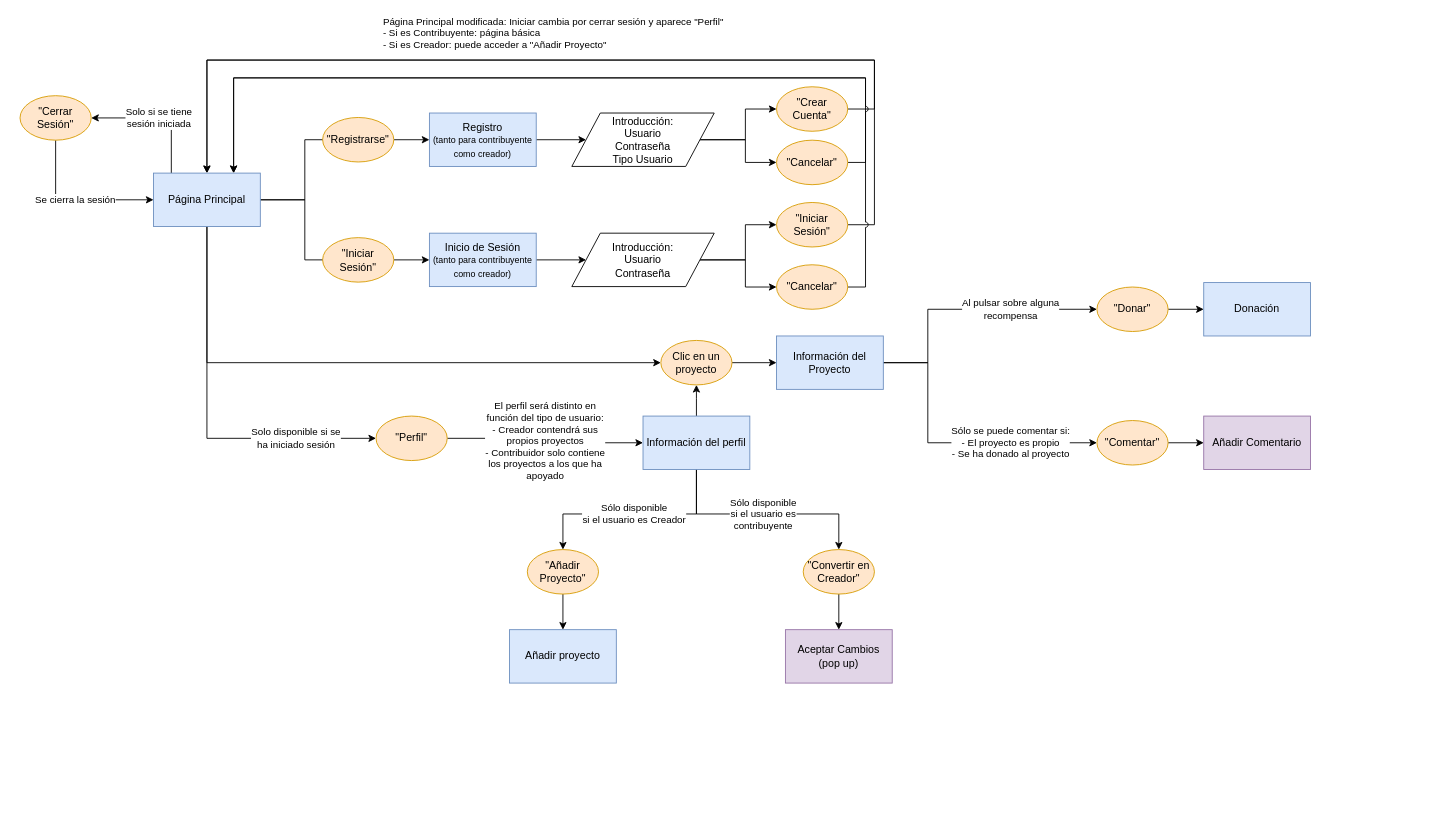
Numan4221/OurProject keeps this draw.io diagram as Documentos/FlowChartWeb.drawio. Above is the earlier version. Source tidied: cells renumbered, new cells numbered last; positions are measured from the earlier drawing's top-left corner, leaving out a move shared by most shapes. Both pictures are drawn from the tidied source at 89%, with x=0, y=0 at pixel (20, 60).
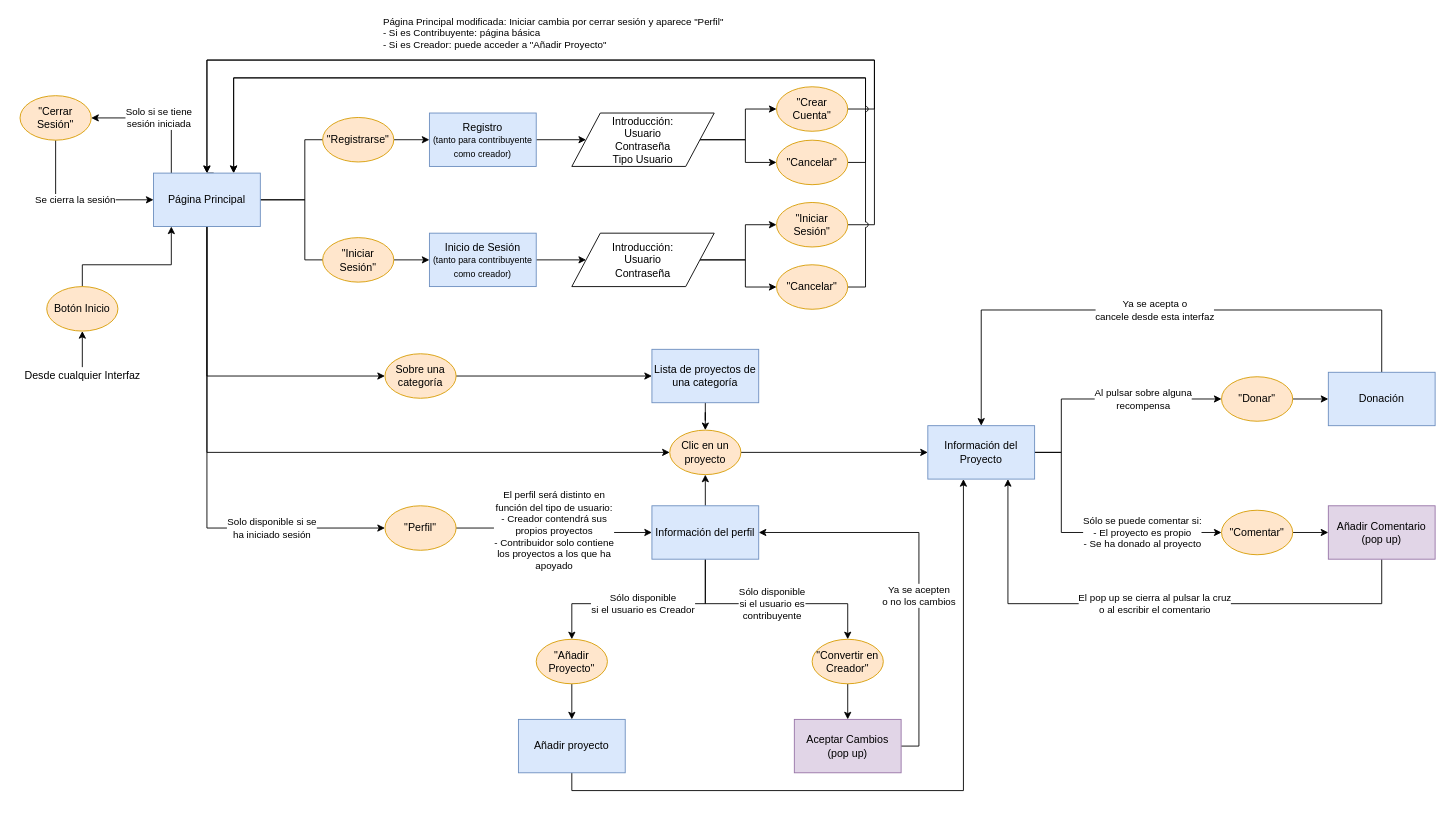
The same page after the edit.

Commit message (it also covers changes not shown here):
Flow Chart completo

Diagrama de Flujo completo para la página web

Unchanged cells that the change refers to:
```xml
<mxCell id="7" value="Página Principal" style="rounded=0;whiteSpace=wrap;html=1;fillColor=#dae8fc;strokeColor=#6c8ebf;" parent="1" vertex="1">
  <mxGeometry x="150" y="127" width="120" height="60" as="geometry" />
</mxCell>
```

Diff of the diagram source:
```diff
@@
-    <mxCell id="4" style="edgeStyle=orthogonalEdgeStyle;rounded=0;jettySize=auto;html=1;entryX=0;entryY=0.5;entryDx=0;entryDy=0;" parent="1" edge="1" source="7" target="36">
+    <mxCell id="4" style="edgeStyle=orthogonalEdgeStyle;rounded=0;jettySize=auto;html=1;entryX=0;entryY=0.5;entryDx=0;entryDy=0;exitX=0.5;exitY=1;exitDx=0;exitDy=0;" parent="1" edge="1" target="36">
       <mxGeometry relative="1" as="geometry">
+        <mxPoint x="210" y="127.8" as="sourcePoint" />
         <Array as="points">
-          <mxPoint x="210" y="340" />
+          <mxPoint x="210" y="440.8" />
         </Array>
       </mxGeometry>
     </mxCell>
@@
-    <mxCell id="6" value="Solo disponible si se&lt;br&gt;ha iniciado sesión" style="edgeStyle=orthogonalEdgeStyle;rounded=0;jettySize=auto;html=1;entryX=0;entryY=0.5;entryDx=0;entryDy=0;" parent="1" edge="1" source="7" target="40">
+    <mxCell id="6" value="Solo disponible si se&lt;br&gt;ha iniciado sesión" style="edgeStyle=orthogonalEdgeStyle;rounded=0;jettySize=auto;html=1;entryX=0;entryY=0.5;entryDx=0;entryDy=0;exitX=0.563;exitY=0.987;exitDx=0;exitDy=0;exitPerimeter=0;" parent="1" edge="1" target="40">
       <mxGeometry x="0.58" relative="1" as="geometry">
+        <mxPoint x="217.6" y="127" as="sourcePoint" />
         <Array as="points">
-          <mxPoint x="210" y="425" />
+          <mxPoint x="210" y="126.8" />
+          <mxPoint x="210" y="525.8" />
         </Array>
       </mxGeometry>
     </mxCell>
+    <mxCell id="55" style="edgeStyle=orthogonalEdgeStyle;rounded=0;jettySize=auto;html=1;entryX=0;entryY=0.5;entryDx=0;entryDy=0;" parent="1" edge="1" source="7" target="61">
+      <mxGeometry relative="1" as="geometry">
+        <Array as="points">
+          <mxPoint x="210" y="355" />
+        </Array>
+      </mxGeometry>
+    </mxCell>
@@
+    <mxCell id="56" style="edgeStyle=orthogonalEdgeStyle;rounded=0;jettySize=auto;html=1;" parent="1" edge="1" source="10" target="13">
+      <mxGeometry relative="1" as="geometry">
+        <Array as="points">
+          <mxPoint x="620" y="820.8" />
+          <mxPoint x="1060" y="820.8" />
+        </Array>
+      </mxGeometry>
+    </mxCell>
     <mxCell id="10" value="Añadir proyecto" style="rounded=0;whiteSpace=wrap;html=1;fillColor=#dae8fc;strokeColor=#6c8ebf;" parent="1" vertex="1">
-      <mxGeometry x="550" y="640" width="120" height="60" as="geometry" />
+      <mxGeometry x="560" y="740.8" width="120" height="60" as="geometry" />
     </mxCell>
     <mxCell id="11" value="Al pulsar sobre alguna&lt;br&gt;recompensa" style="edgeStyle=orthogonalEdgeStyle;rounded=0;jettySize=auto;html=1;entryX=0;entryY=0.5;entryDx=0;entryDy=0;" parent="1" edge="1" source="13" target="51">
       <mxGeometry x="0.35" relative="1" as="geometry">
         <Array as="points">
-          <mxPoint x="1020" y="340" />
-          <mxPoint x="1020" y="280" />
+          <mxPoint x="1170" y="440.8" />
+          <mxPoint x="1170" y="380.8" />
         </Array>
       </mxGeometry>
     </mxCell>
     <mxCell id="12" value="Sólo se puede comentar si:&lt;br&gt;- El proyecto es propio&lt;br&gt;- Se ha donado al proyecto" style="edgeStyle=orthogonalEdgeStyle;rounded=0;jettySize=auto;html=1;entryX=0;entryY=0.5;entryDx=0;entryDy=0;" parent="1" edge="1" source="13" target="54">
       <mxGeometry x="0.41" relative="1" as="geometry">
         <Array as="points">
-          <mxPoint x="1020" y="340" />
-          <mxPoint x="1020" y="430" />
+          <mxPoint x="1170" y="440.8" />
+          <mxPoint x="1170" y="530.8" />
         </Array>
       </mxGeometry>
     </mxCell>
     <mxCell id="13" value="Información del Proyecto" style="rounded=0;whiteSpace=wrap;html=1;fillColor=#dae8fc;strokeColor=#6c8ebf;" parent="1" vertex="1">
-      <mxGeometry x="850" y="310" width="120" height="60" as="geometry" />
+      <mxGeometry x="1020" y="410.8" width="120" height="60" as="geometry" />
     </mxCell>
+    <mxCell id="57" value="Ya se acepta o&lt;br&gt;cancele desde esta interfaz" style="edgeStyle=orthogonalEdgeStyle;rounded=0;jettySize=auto;html=1;entryX=0.5;entryY=0;entryDx=0;entryDy=0;" parent="1" edge="1" source="14" target="13">
+      <mxGeometry relative="1" as="geometry">
+        <Array as="points">
+          <mxPoint x="1530" y="280.8" />
+          <mxPoint x="1080" y="280.8" />
+        </Array>
+      </mxGeometry>
+    </mxCell>
     <mxCell id="14" value="Donación" style="rounded=0;whiteSpace=wrap;html=1;fillColor=#dae8fc;strokeColor=#6c8ebf;" parent="1" vertex="1">
-      <mxGeometry x="1330" y="250" width="120" height="60" as="geometry" />
+      <mxGeometry x="1470" y="350.8" width="120" height="60" as="geometry" />
     </mxCell>
@@
     <mxCell id="36" value="Clic en un proyecto" style="ellipse;whiteSpace=wrap;html=1;fillColor=#ffe6cc;strokeColor=#d79b00;" parent="1" vertex="1">
-      <mxGeometry x="720" y="315" width="80" height="50" as="geometry" />
+      <mxGeometry x="730" y="415.8" width="80" height="50" as="geometry" />
     </mxCell>
@@
     <mxCell id="40" value="&quot;Perfil&quot;" style="ellipse;whiteSpace=wrap;html=1;fillColor=#ffe6cc;strokeColor=#d79b00;" parent="1" vertex="1">
-      <mxGeometry x="400" y="400" width="80" height="50" as="geometry" />
+      <mxGeometry x="410" y="500.8" width="80" height="50" as="geometry" />
     </mxCell>
     <mxCell id="41" style="edgeStyle=orthogonalEdgeStyle;rounded=0;jettySize=auto;html=1;entryX=0.5;entryY=1;entryDx=0;entryDy=0;" parent="1" edge="1" source="44" target="36">
       <mxGeometry relative="1" as="geometry">
         <Array as="points">
-          <mxPoint x="760" y="380" />
-          <mxPoint x="760" y="380" />
+          <mxPoint x="770" y="480.8" />
+          <mxPoint x="770" y="480.8" />
         </Array>
       </mxGeometry>
     </mxCell>
     <mxCell id="42" value="Sólo disponible&lt;br&gt;si el usuario es Creador" style="edgeStyle=orthogonalEdgeStyle;rounded=0;jettySize=auto;html=1;entryX=0.5;entryY=0;entryDx=0;entryDy=0;exitX=0.5;exitY=1;exitDx=0;exitDy=0;" parent="1" edge="1" source="44" target="46">
       <mxGeometry relative="1" as="geometry">
         <Array as="points">
-          <mxPoint x="760" y="510" />
-          <mxPoint x="610" y="510" />
+          <mxPoint x="770" y="610.8" />
+          <mxPoint x="620" y="610.8" />
         </Array>
       </mxGeometry>
     </mxCell>
     <mxCell id="43" value="Sólo disponible&lt;br&gt;si el usuario es&lt;br&gt;contribuyente" style="edgeStyle=orthogonalEdgeStyle;rounded=0;jettySize=auto;html=1;entryX=0.5;entryY=0;entryDx=0;entryDy=0;" parent="1" edge="1" source="44" target="48">
       <mxGeometry relative="1" as="geometry">
         <Array as="points">
-          <mxPoint x="760" y="510" />
-          <mxPoint x="920" y="510" />
+          <mxPoint x="770" y="610.8" />
+          <mxPoint x="930" y="610.8" />
         </Array>
       </mxGeometry>
     </mxCell>
     <mxCell id="44" value="Información del perfil" style="rounded=0;whiteSpace=wrap;html=1;fillColor=#dae8fc;strokeColor=#6c8ebf;" parent="1" vertex="1">
-      <mxGeometry x="700" y="400" width="120" height="60" as="geometry" />
+      <mxGeometry x="710" y="500.8" width="120" height="60" as="geometry" />
     </mxCell>
@@
     <mxCell id="46" value="&quot;Añadir Proyecto&quot;" style="ellipse;whiteSpace=wrap;html=1;fillColor=#ffe6cc;strokeColor=#d79b00;" parent="1" vertex="1">
-      <mxGeometry x="570" y="550" width="80" height="50" as="geometry" />
+      <mxGeometry x="580" y="650.8" width="80" height="50" as="geometry" />
     </mxCell>
@@
     <mxCell id="48" value="&quot;Convertir en Creador&quot;" style="ellipse;whiteSpace=wrap;html=1;fillColor=#ffe6cc;strokeColor=#d79b00;" parent="1" vertex="1">
-      <mxGeometry x="880" y="550" width="80" height="50" as="geometry" />
+      <mxGeometry x="890" y="650.8" width="80" height="50" as="geometry" />
     </mxCell>
+    <mxCell id="58" value="Ya se acepten&lt;br&gt;o no los cambios" style="edgeStyle=orthogonalEdgeStyle;rounded=0;jettySize=auto;html=1;entryX=1;entryY=0.5;entryDx=0;entryDy=0;" parent="1" edge="1" source="49" target="44">
+      <mxGeometry x="-0.14" relative="1" as="geometry">
+        <Array as="points">
+          <mxPoint x="1010" y="770.8" />
+          <mxPoint x="1010" y="530.8" />
+        </Array>
+      </mxGeometry>
+    </mxCell>
     <mxCell id="49" value="Aceptar Cambios&lt;br&gt;(pop up)" style="rounded=0;whiteSpace=wrap;html=1;fillColor=#e1d5e7;strokeColor=#9673a6;" parent="1" vertex="1">
-      <mxGeometry x="860" y="640" width="120" height="60" as="geometry" />
+      <mxGeometry x="870" y="740.8" width="120" height="60" as="geometry" />
     </mxCell>
@@
     <mxCell id="51" value="&quot;Donar&quot;" style="ellipse;whiteSpace=wrap;html=1;fillColor=#ffe6cc;strokeColor=#d79b00;" parent="1" vertex="1">
-      <mxGeometry x="1210" y="255" width="80" height="50" as="geometry" />
+      <mxGeometry x="1350" y="355.8" width="80" height="50" as="geometry" />
     </mxCell>
+    <mxCell id="59" value="El pop up se cierra al pulsar la cruz&lt;br&gt;o al escribir el comentario" style="edgeStyle=orthogonalEdgeStyle;rounded=0;jettySize=auto;html=1;entryX=0.75;entryY=1;entryDx=0;entryDy=0;" parent="1" edge="1" source="52" target="13">
+      <mxGeometry relative="1" as="geometry">
+        <Array as="points">
+          <mxPoint x="1530" y="610.8" />
+          <mxPoint x="1110" y="610.8" />
+        </Array>
+      </mxGeometry>
+    </mxCell>
-    <mxCell id="52" value="Añadir Comentario" style="rounded=0;whiteSpace=wrap;html=1;fillColor=#e1d5e7;strokeColor=#9673a6;" parent="1" vertex="1">
-      <mxGeometry x="1330" y="400" width="120" height="60" as="geometry" />
+    <mxCell id="52" value="Añadir Comentario&lt;br&gt;(pop up)" style="rounded=0;whiteSpace=wrap;html=1;fillColor=#e1d5e7;strokeColor=#9673a6;" parent="1" vertex="1">
+      <mxGeometry x="1470" y="500.8" width="120" height="60" as="geometry" />
     </mxCell>
@@
     <mxCell id="54" value="&quot;Comentar&quot;" style="ellipse;whiteSpace=wrap;html=1;fillColor=#ffe6cc;strokeColor=#d79b00;" parent="1" vertex="1">
-      <mxGeometry x="1210" y="405" width="80" height="50" as="geometry" />
+      <mxGeometry x="1350" y="505.8" width="80" height="50" as="geometry" />
     </mxCell>
+    <mxCell id="60" style="edgeStyle=orthogonalEdgeStyle;rounded=0;jettySize=auto;html=1;entryX=0;entryY=0.5;entryDx=0;entryDy=0;" parent="1" edge="1" source="61" target="63">
+      <mxGeometry relative="1" as="geometry" />
+    </mxCell>
+    <mxCell id="61" value="Sobre una categoría" style="ellipse;whiteSpace=wrap;html=1;fillColor=#ffe6cc;strokeColor=#d79b00;" parent="1" vertex="1">
+      <mxGeometry x="410" y="330" width="80" height="50" as="geometry" />
+    </mxCell>
+    <mxCell id="62" style="edgeStyle=orthogonalEdgeStyle;rounded=0;jettySize=auto;html=1;entryX=0.5;entryY=0;entryDx=0;entryDy=0;" parent="1" edge="1" source="63" target="36">
+      <mxGeometry relative="1" as="geometry" />
+    </mxCell>
+    <mxCell id="63" value="Lista de proyectos de una categoría" style="rounded=0;whiteSpace=wrap;html=1;fillColor=#dae8fc;strokeColor=#6c8ebf;" parent="1" vertex="1">
+      <mxGeometry x="710" y="325" width="120" height="60" as="geometry" />
+    </mxCell>
+    <mxCell id="64" style="edgeStyle=orthogonalEdgeStyle;rounded=0;jettySize=auto;html=1;" parent="1" edge="1" source="65">
+      <mxGeometry relative="1" as="geometry">
+        <mxPoint x="170" y="187" as="targetPoint" />
+        <Array as="points">
+          <mxPoint x="70" y="230" />
+          <mxPoint x="170" y="230" />
+          <mxPoint x="170" y="187" />
+        </Array>
+      </mxGeometry>
+    </mxCell>
+    <mxCell id="65" value="Botón Inicio" style="ellipse;whiteSpace=wrap;html=1;fillColor=#ffe6cc;strokeColor=#d79b00;" parent="1" vertex="1">
+      <mxGeometry x="30" y="254.5" width="80" height="50" as="geometry" />
+    </mxCell>
+    <mxCell id="66" style="edgeStyle=orthogonalEdgeStyle;rounded=0;jettySize=auto;html=1;entryX=0.5;entryY=1;entryDx=0;entryDy=0;" parent="1" edge="1" source="67" target="65">
+      <mxGeometry relative="1" as="geometry" />
+    </mxCell>
+    <mxCell id="67" value="Desde cualquier Interfaz" style="text;html=1;align=center;verticalAlign=middle;points=[];" parent="1" vertex="1">
+      <mxGeometry x="-5" y="345" width="150" height="20" as="geometry" />
+    </mxCell>
```
